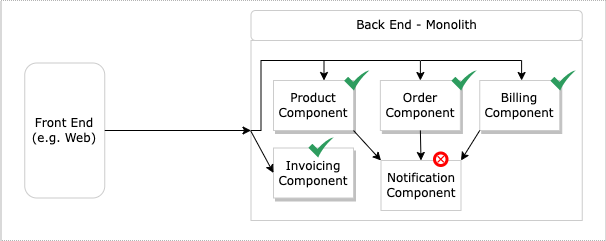
shahzadhuq/modernization-decomposing-monolith keeps this draw.io diagram as diagrams/strangler-fig-pattern-tldr.png. Above is the earlier version. Source tidied: cells renumbered, new cells last; positions are measured from the earlier drawing's top-left corner, leaving out a move shared by most shapes. The source it was exported from:
```xml
<mxGraphModel>
  <root>
    <mxCell id="0" />
    <mxCell id="1" parent="0" />
    <mxCell id="2" style="rounded=0;whiteSpace=wrap;html=1;strokeColor=#B3B3B3;fillColor=default;strokeWidth=1;dashed=1;dashPattern=1 1;shadow=0;fontFamily=Verdana;" parent="1" vertex="1">
      <mxGeometry x="0.5" width="605" height="240" as="geometry" />
    </mxCell>
    <mxCell id="3" style="rounded=0;whiteSpace=wrap;html=1;strokeColor=#CCCCCC;fontFamily=Verdana;" parent="1" vertex="1">
      <mxGeometry x="250.5" y="40" width="331.2" height="180" as="geometry" />
    </mxCell>
    <mxCell id="4" value="Front End (e.g. Web)" style="text;html=1;strokeColor=#CCCCCC;fillColor=default;align=center;verticalAlign=middle;whiteSpace=wrap;rounded=1;shadow=0;fontFamily=Verdana;" parent="1" vertex="1">
      <mxGeometry x="24.2" y="62.5" width="80" height="135" as="geometry" />
    </mxCell>
    <mxCell id="5" value="Back End - Monolith" style="text;html=1;strokeColor=#CCCCCC;fillColor=default;align=center;verticalAlign=middle;whiteSpace=wrap;rounded=1;shadow=0;fontFamily=Verdana;" parent="1" vertex="1">
      <mxGeometry x="250.5" y="10" width="331.2" height="30" as="geometry" />
    </mxCell>
    <mxCell id="6" value="Product Component" style="rounded=0;whiteSpace=wrap;html=1;strokeColor=#CCCCCC;fillColor=default;shadow=1;fontFamily=Verdana;" parent="1" vertex="1">
      <mxGeometry x="273" y="80" width="80" height="50" as="geometry" />
    </mxCell>
    <mxCell id="7" value="Order Component" style="rounded=0;whiteSpace=wrap;html=1;strokeColor=#CCCCCC;fillColor=default;fontFamily=Verdana;shadow=1;" parent="1" vertex="1">
      <mxGeometry x="379.9" y="80" width="80" height="50" as="geometry" />
    </mxCell>
    <mxCell id="8" value="Billing Component" style="rounded=0;whiteSpace=wrap;html=1;strokeColor=#CCCCCC;fillColor=default;fontFamily=Verdana;shadow=1;" parent="1" vertex="1">
      <mxGeometry x="479.2" y="80" width="80" height="50" as="geometry" />
    </mxCell>
    <mxCell id="9" value="Notification Component" style="rounded=0;whiteSpace=wrap;html=1;strokeColor=#CCCCCC;fillColor=default;fontFamily=Verdana;" parent="1" vertex="1">
      <mxGeometry x="380.5" y="160" width="80" height="50" as="geometry" />
    </mxCell>
    <mxCell id="10" style="endArrow=classic;html=1;rounded=0;exitX=1;exitY=1;exitDx=0;exitDy=0;entryX=0;entryY=0;entryDx=0;entryDy=0;fontFamily=Verdana;" parent="1" edge="1" source="6" target="9">
      <mxGeometry relative="1" as="geometry" />
    </mxCell>
    <mxCell id="11" style="endArrow=classic;html=1;rounded=0;exitX=0.5;exitY=1;exitDx=0;exitDy=0;entryX=0.5;entryY=0;entryDx=0;entryDy=0;fontFamily=Verdana;" parent="1" edge="1" source="7" target="9">
      <mxGeometry relative="1" as="geometry" />
    </mxCell>
    <mxCell id="12" style="endArrow=classic;html=1;rounded=0;exitX=0;exitY=1;exitDx=0;exitDy=0;entryX=1;entryY=0;entryDx=0;entryDy=0;fontFamily=Verdana;" parent="1" edge="1" source="8" target="9">
      <mxGeometry relative="1" as="geometry" />
    </mxCell>
    <mxCell id="13" style="endArrow=classic;html=1;rounded=0;entryX=0;entryY=0.5;entryDx=0;entryDy=0;exitX=1;exitY=0.5;exitDx=0;exitDy=0;fontFamily=Verdana;" parent="1" edge="1" source="4" target="3">
      <mxGeometry relative="1" as="geometry" />
    </mxCell>
    <mxCell id="14" style="endArrow=classic;html=1;rounded=0;exitX=0;exitY=0.5;exitDx=0;exitDy=0;fontFamily=Verdana;edgeStyle=orthogonalEdgeStyle;" parent="1" edge="1" source="3" target="6">
      <mxGeometry relative="1" as="geometry">
        <Array as="points">
          <mxPoint x="260.5" y="130" />
          <mxPoint x="260.5" y="60" />
          <mxPoint x="323.5" y="60" />
        </Array>
      </mxGeometry>
    </mxCell>
    <mxCell id="15" style="endArrow=classic;html=1;rounded=0;entryX=0.5;entryY=0;entryDx=0;entryDy=0;fontFamily=Verdana;edgeStyle=orthogonalEdgeStyle;" parent="1" edge="1" target="7">
      <mxGeometry relative="1" as="geometry">
        <mxPoint x="320.5" y="60" as="sourcePoint" />
      </mxGeometry>
    </mxCell>
    <mxCell id="16" style="endArrow=classic;html=1;rounded=0;entryX=0.5;entryY=0;entryDx=0;entryDy=0;fontFamily=Verdana;edgeStyle=orthogonalEdgeStyle;" parent="1" edge="1">
      <mxGeometry relative="1" as="geometry">
        <mxPoint x="420.5" y="60" as="sourcePoint" />
        <mxPoint x="521.1" y="80" as="targetPoint" />
      </mxGeometry>
    </mxCell>
    <mxCell id="17" value="Invoicing Component" style="rounded=0;whiteSpace=wrap;html=1;strokeColor=#CCCCCC;fillColor=default;shadow=1;fontFamily=Verdana;" parent="1" vertex="1">
      <mxGeometry x="273" y="147.5" width="80" height="50" as="geometry" />
    </mxCell>
    <mxCell id="18" style="endArrow=classic;html=1;rounded=0;fontFamily=Verdana;entryX=0;entryY=0.5;entryDx=0;entryDy=0;" parent="1" edge="1" target="17">
      <mxGeometry relative="1" as="geometry">
        <mxPoint x="250" y="130" as="sourcePoint" />
      </mxGeometry>
    </mxCell>
    <mxCell id="19" style="sketch=0;html=1;strokeColor=none;shadow=0;align=center;verticalAlign=top;fillColor=#2D9C5E;shape=mxgraph.gcp2.check;fontColor=#97D077;" parent="1" vertex="1">
      <mxGeometry x="451" y="70" width="25" height="20" as="geometry" />
    </mxCell>
    <mxCell id="20" style="sketch=0;html=1;strokeColor=none;shadow=0;align=center;verticalAlign=top;fillColor=#2D9C5E;shape=mxgraph.gcp2.check;fontColor=#97D077;" parent="1" vertex="1">
      <mxGeometry x="343.8" y="70" width="25" height="20" as="geometry" />
    </mxCell>
    <mxCell id="21" style="sketch=0;html=1;strokeColor=none;shadow=0;align=center;verticalAlign=top;fillColor=#2D9C5E;shape=mxgraph.gcp2.check;fontColor=#97D077;" parent="1" vertex="1">
      <mxGeometry x="550" y="70" width="25" height="20" as="geometry" />
    </mxCell>
    <mxCell id="22" style="sketch=0;html=1;strokeColor=none;shadow=0;align=center;verticalAlign=top;fillColor=#2D9C5E;shape=mxgraph.gcp2.check;fontColor=#97D077;" parent="1" vertex="1">
      <mxGeometry x="308" y="137" width="25" height="20" as="geometry" />
    </mxCell>
    <mxCell id="23" style="shape=mxgraph.bpmn.event;html=1;verticalLabelPosition=bottom;labelBackgroundColor=#ffffff;verticalAlign=top;align=center;perimeter=ellipsePerimeter;outline=end;symbol=cancel;shadow=0;fontColor=#97D077;fillColor=default;strokeColor=#FF0000;" parent="1" vertex="1">
      <mxGeometry x="434" y="152.5" width="12.5" height="12.5" as="geometry" />
    </mxCell>
  </root>
</mxGraphModel>
```
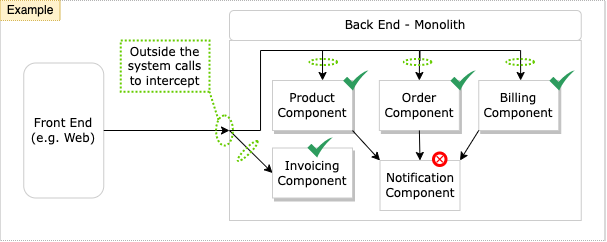
Later version of the same file.

The edit, as a diff of the source:
```diff
@@ -6,13 +6,13 @@
       <mxGeometry x="0.5" width="605" height="240" as="geometry" />
     </mxCell>
     <mxCell id="3" style="rounded=0;whiteSpace=wrap;html=1;strokeColor=#CCCCCC;fontFamily=Verdana;" parent="1" vertex="1">
-      <mxGeometry x="250.5" y="40" width="331.2" height="180" as="geometry" />
+      <mxGeometry x="230" y="40" width="351.8" height="180" as="geometry" />
     </mxCell>
     <mxCell id="4" value="Front End (e.g. Web)" style="text;html=1;strokeColor=#CCCCCC;fillColor=default;align=center;verticalAlign=middle;whiteSpace=wrap;rounded=1;shadow=0;fontFamily=Verdana;" parent="1" vertex="1">
       <mxGeometry x="24.2" y="62.5" width="80" height="135" as="geometry" />
     </mxCell>
     <mxCell id="5" value="Back End - Monolith" style="text;html=1;strokeColor=#CCCCCC;fillColor=default;align=center;verticalAlign=middle;whiteSpace=wrap;rounded=1;shadow=0;fontFamily=Verdana;" parent="1" vertex="1">
-      <mxGeometry x="250.5" y="10" width="331.2" height="30" as="geometry" />
+      <mxGeometry x="230" y="10" width="351.8" height="30" as="geometry" />
     </mxCell>
     <mxCell id="6" value="Product Component" style="rounded=0;whiteSpace=wrap;html=1;strokeColor=#CCCCCC;fillColor=default;shadow=1;fontFamily=Verdana;" parent="1" vertex="1">
       <mxGeometry x="273" y="80" width="80" height="50" as="geometry" />
@@ -41,30 +41,36 @@
     <mxCell id="14" style="endArrow=classic;html=1;rounded=0;exitX=0;exitY=0.5;exitDx=0;exitDy=0;fontFamily=Verdana;edgeStyle=orthogonalEdgeStyle;" parent="1" edge="1" source="3" target="6">
       <mxGeometry relative="1" as="geometry">
         <Array as="points">
-          <mxPoint x="260.5" y="130" />
-          <mxPoint x="260.5" y="60" />
-          <mxPoint x="323.5" y="60" />
+          <mxPoint x="261" y="130" />
+          <mxPoint x="261" y="50" />
+          <mxPoint x="323" y="50" />
         </Array>
       </mxGeometry>
     </mxCell>
     <mxCell id="15" style="endArrow=classic;html=1;rounded=0;entryX=0.5;entryY=0;entryDx=0;entryDy=0;fontFamily=Verdana;edgeStyle=orthogonalEdgeStyle;" parent="1" edge="1" target="7">
       <mxGeometry relative="1" as="geometry">
-        <mxPoint x="320.5" y="60" as="sourcePoint" />
+        <mxPoint x="320" y="50" as="sourcePoint" />
+        <Array as="points">
+          <mxPoint x="320" y="50" />
+          <mxPoint x="420" y="50" />
+        </Array>
       </mxGeometry>
     </mxCell>
     <mxCell id="16" style="endArrow=classic;html=1;rounded=0;entryX=0.5;entryY=0;entryDx=0;entryDy=0;fontFamily=Verdana;edgeStyle=orthogonalEdgeStyle;" parent="1" edge="1">
       <mxGeometry relative="1" as="geometry">
         <mxPoint x="420.5" y="60" as="sourcePoint" />
         <mxPoint x="521.1" y="80" as="targetPoint" />
+        <Array as="points">
+          <mxPoint x="421" y="50" />
+          <mxPoint x="521" y="50" />
+        </Array>
       </mxGeometry>
     </mxCell>
     <mxCell id="17" value="Invoicing Component" style="rounded=0;whiteSpace=wrap;html=1;strokeColor=#CCCCCC;fillColor=default;shadow=1;fontFamily=Verdana;" parent="1" vertex="1">
       <mxGeometry x="273" y="147.5" width="80" height="50" as="geometry" />
     </mxCell>
-    <mxCell id="18" style="endArrow=classic;html=1;rounded=0;fontFamily=Verdana;entryX=0;entryY=0.5;entryDx=0;entryDy=0;" parent="1" edge="1" target="17">
-      <mxGeometry relative="1" as="geometry">
-        <mxPoint x="250" y="130" as="sourcePoint" />
-      </mxGeometry>
+    <mxCell id="18" style="endArrow=classic;html=1;rounded=0;fontFamily=Verdana;entryX=0;entryY=0.5;entryDx=0;entryDy=0;exitX=0;exitY=0.5;exitDx=0;exitDy=0;" parent="1" edge="1" source="3" target="17">
+      <mxGeometry relative="1" as="geometry" />
     </mxCell>
     <mxCell id="19" style="sketch=0;html=1;strokeColor=none;shadow=0;align=center;verticalAlign=top;fillColor=#2D9C5E;shape=mxgraph.gcp2.check;fontColor=#97D077;" parent="1" vertex="1">
       <mxGeometry x="451" y="70" width="25" height="20" as="geometry" />
@@ -81,5 +87,29 @@
     <mxCell id="23" style="shape=mxgraph.bpmn.event;html=1;verticalLabelPosition=bottom;labelBackgroundColor=#ffffff;verticalAlign=top;align=center;perimeter=ellipsePerimeter;outline=end;symbol=cancel;shadow=0;fontColor=#97D077;fillColor=default;strokeColor=#FF0000;" parent="1" vertex="1">
       <mxGeometry x="434" y="152.5" width="12.5" height="12.5" as="geometry" />
     </mxCell>
+    <mxCell id="24" value="Outside the system calls to intercept" style="text;html=1;strokeColor=#66CC00;fillColor=none;align=center;verticalAlign=middle;whiteSpace=wrap;rounded=0;shadow=0;dashed=1;fontFamily=Verdana;strokeWidth=2;dashPattern=1 1;" parent="1" vertex="1">
+      <mxGeometry x="121.2" y="40" width="88.8" height="51.2" as="geometry" />
+    </mxCell>
+    <mxCell id="25" style="ellipse;whiteSpace=wrap;html=1;shadow=0;fillColor=none;strokeColor=#66CC00;strokeWidth=2;dashed=1;fontFamily=Verdana;dashPattern=1 1;" parent="1" vertex="1">
+      <mxGeometry x="310" y="58.5" width="27.6" height="6" as="geometry" />
+    </mxCell>
+    <mxCell id="26" style="ellipse;whiteSpace=wrap;html=1;shadow=0;fillColor=none;strokeColor=#66CC00;strokeWidth=2;dashed=1;fontFamily=Verdana;dashPattern=1 1;" parent="1" vertex="1">
+      <mxGeometry x="404.3" y="58.5" width="27.6" height="6" as="geometry" />
+    </mxCell>
+    <mxCell id="27" style="ellipse;whiteSpace=wrap;html=1;shadow=0;fillColor=none;strokeColor=#66CC00;strokeWidth=2;dashed=1;fontFamily=Verdana;dashPattern=1 1;" parent="1" vertex="1">
+      <mxGeometry x="506.9" y="58.5" width="27.6" height="6" as="geometry" />
+    </mxCell>
+    <mxCell id="28" style="ellipse;whiteSpace=wrap;html=1;shadow=0;fillColor=none;strokeColor=#66CC00;strokeWidth=2;dashed=1;fontFamily=Verdana;dashPattern=1 1;rotation=-45;" parent="1" vertex="1">
+      <mxGeometry x="234.4" y="147.5" width="27.6" height="6" as="geometry" />
+    </mxCell>
+    <mxCell id="29" style="ellipse;whiteSpace=wrap;html=1;shadow=0;fillColor=none;strokeColor=#66CC00;strokeWidth=2;dashed=1;fontFamily=Verdana;dashPattern=1 1;rotation=-90;" parent="1" vertex="1">
+      <mxGeometry x="210" y="121.6" width="30" height="16.8" as="geometry" />
+    </mxCell>
+    <mxCell id="30" style="endArrow=none;dashed=1;html=1;dashPattern=1 1;strokeWidth=2;rounded=0;entryX=1;entryY=1;entryDx=0;entryDy=0;exitX=1;exitY=0;exitDx=0;exitDy=0;fontSize=12;fontFamily=Verdana;fillColor=none;strokeColor=#66CC00;gradientColor=none;shadow=0;" parent="1" edge="1" source="29" target="24">
+      <mxGeometry relative="1" as="geometry" />
+    </mxCell>
+    <mxCell id="31" value="Example" style="text;html=1;strokeColor=#d6b656;fillColor=#fff2cc;align=center;verticalAlign=middle;whiteSpace=wrap;rounded=0;dashed=1;dashPattern=1 1;" parent="1" vertex="1">
+      <mxGeometry x="0.5" width="60" height="20" as="geometry" />
+    </mxCell>
   </root>
 </mxGraphModel>
```
